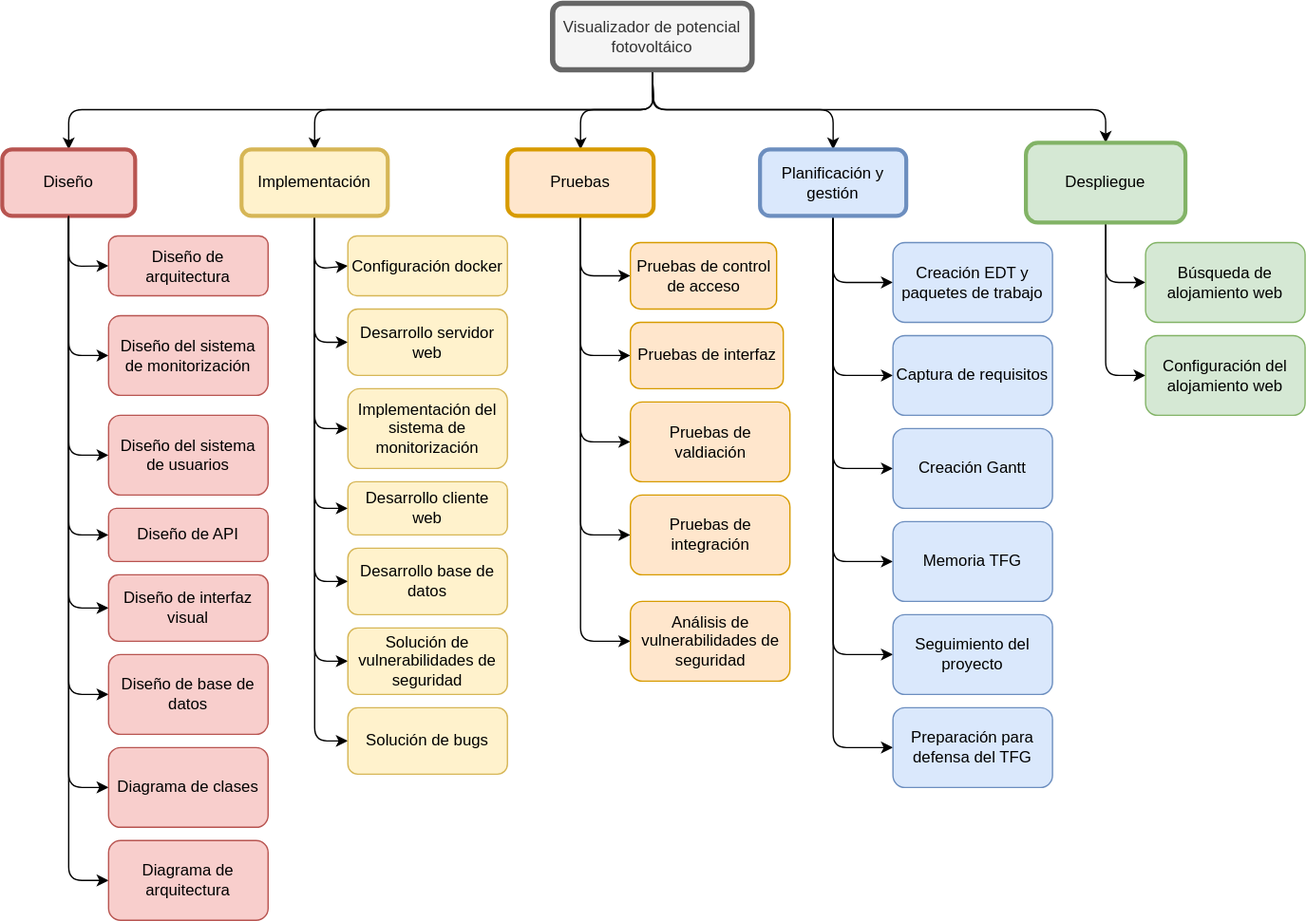
Above: documentación/EDT.drawio.svg in Calcoph/visualizador-potencial-fotovoltaico (draw.io), before the change. Source tidied: cells renumbered, new cells last; positions are measured from the earlier drawing's top-left corner, leaving out a move shared by most shapes.
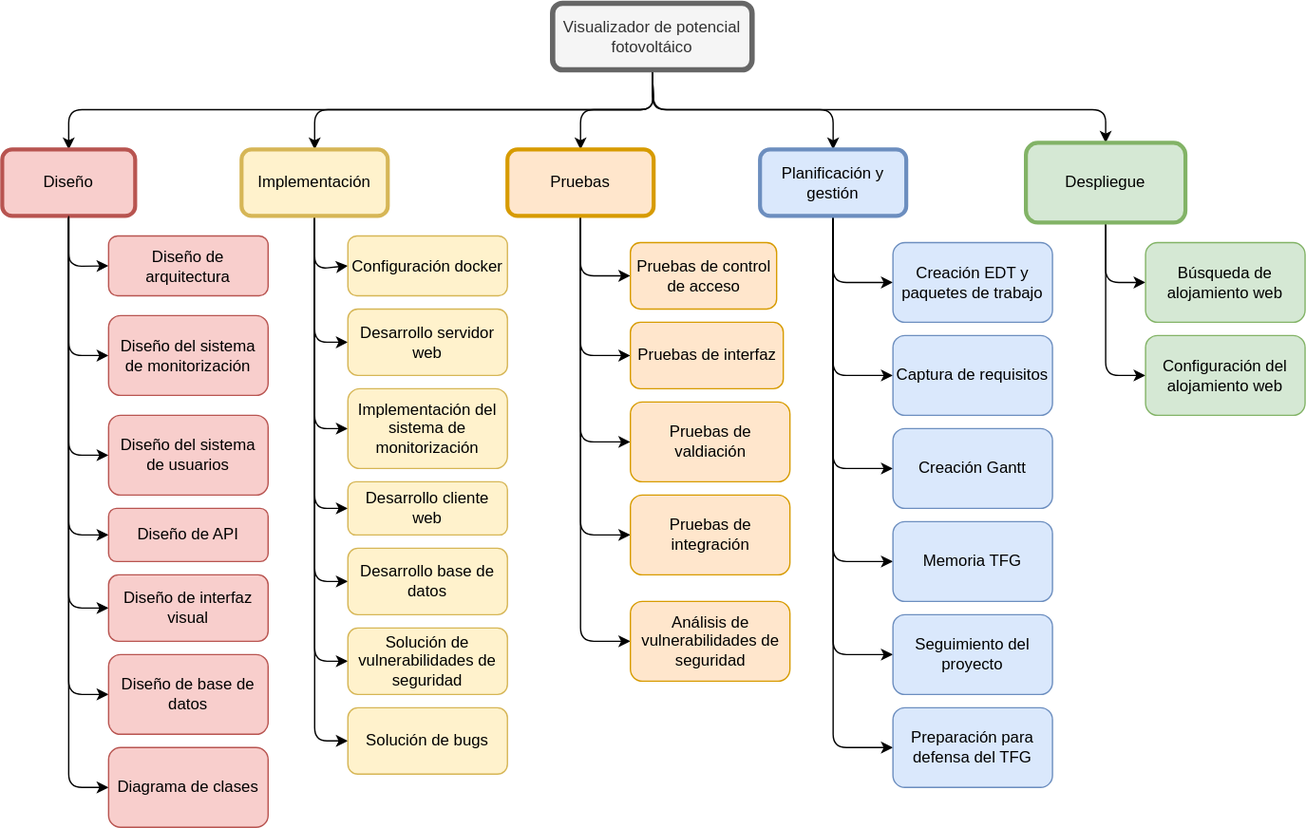
The same diagram one commit later.

Commit message:
actualizada documentación

What changed in the source:
```diff
@@ -327,18 +327,8 @@
         </Array>
       </mxGeometry>
     </mxCell>
-    <mxCell id="66" style="edgeStyle=none;rounded=1;html=1;exitX=0.5;exitY=1;exitDx=0;exitDy=0;entryX=0;entryY=0.5;entryDx=0;entryDy=0;" parent="1" edge="1" source="14" target="68">
-      <mxGeometry relative="1" as="geometry">
-        <Array as="points">
-          <mxPoint x="50" y="660" />
-        </Array>
-      </mxGeometry>
-    </mxCell>
     <mxCell id="67" value="Diagrama de clases" style="rounded=1;whiteSpace=wrap;html=1;shadow=0;glass=0;sketch=0;fillColor=#f8cecc;strokeColor=#b85450;" parent="1" vertex="1">
       <mxGeometry x="80" y="560" width="120" height="60" as="geometry" />
     </mxCell>
-    <mxCell id="68" value="Diagrama de arquitectura" style="rounded=1;whiteSpace=wrap;html=1;shadow=0;glass=0;sketch=0;fillColor=#f8cecc;strokeColor=#b85450;" parent="1" vertex="1">
-      <mxGeometry x="80" y="630" width="120" height="60" as="geometry" />
-    </mxCell>
   </root>
 </mxGraphModel>
```
